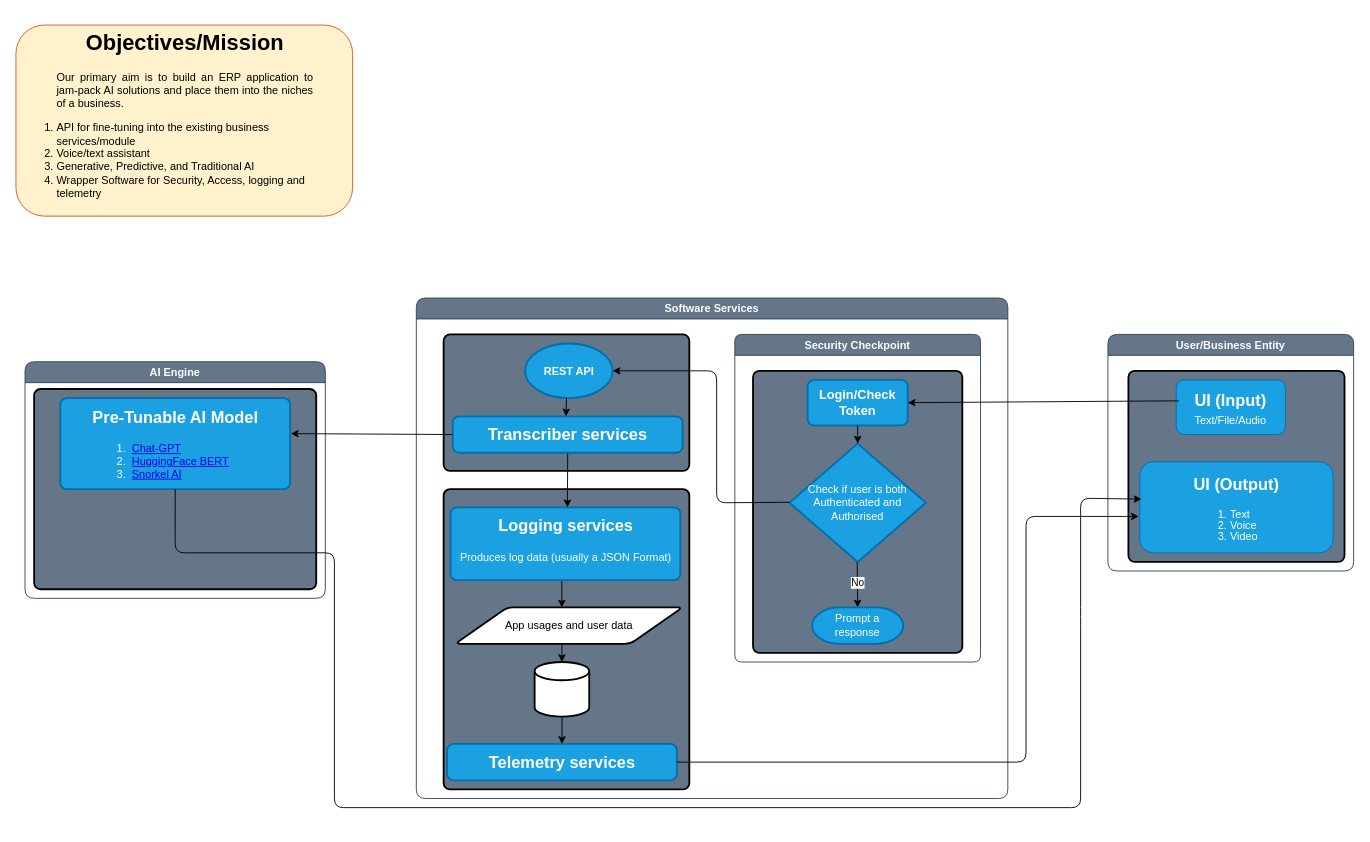
Earlier version of the draw.io diagram System-Design.drawio (Pramosh-Sursa/AI-POC). Source tidied: cells renumbered, new cells numbered last; positions are measured from the earlier drawing's top-left corner, leaving out a move shared by most shapes. Both pictures are drawn from the tidied source at 91%, with x=0, y=0 at pixel (15, 25).
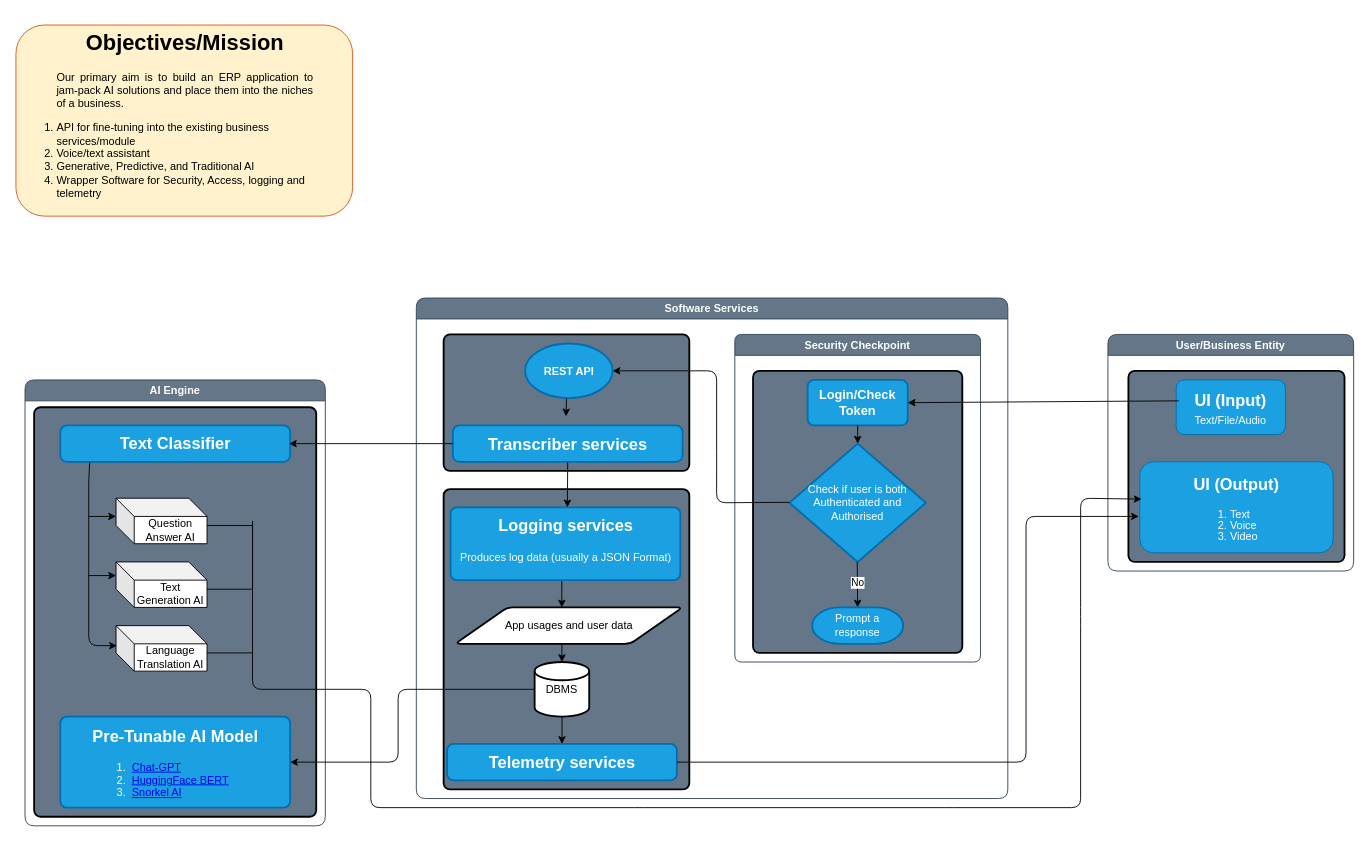
Above is the later version.

The change refers to these unchanged cells:
```xml
<mxCell id="9" value="&lt;p style=&quot;line-height: 120%;&quot;&gt;&lt;/p&gt;&lt;h2&gt;UI (Output)&lt;/h2&gt;&lt;div align=&quot;left&quot;&gt;&lt;ol style=&quot;line-height: 100%;&quot;&gt;&lt;li&gt;Text&lt;/li&gt;&lt;li&gt;Voice&lt;/li&gt;&lt;li&gt;Video&lt;/li&gt;&lt;/ol&gt;&lt;/div&gt;&lt;p&gt;&lt;/p&gt;" style="rounded=1;whiteSpace=wrap;html=1;fillColor=#1ba1e2;fontColor=#ffffff;strokeColor=#006EAF;" parent="6" vertex="1">
  <mxGeometry x="35" y="140" width="212.5" height="100" as="geometry" />
</mxCell>
<mxCell id="11" value="Software Services" style="swimlane;whiteSpace=wrap;html=1;rounded=1;fillColor=#647687;fontColor=#ffffff;strokeColor=#314354;glass=0;fillStyle=auto;gradientColor=none;" parent="1" vertex="1">
  <mxGeometry x="440" y="300" width="650" height="550" as="geometry" />
</mxCell>
```

What changed in the source:
```diff
@@
     <mxCell id="2" value="&lt;div&gt;AI Engine&lt;/div&gt;" style="swimlane;whiteSpace=wrap;html=1;rounded=1;fillColor=#647687;fontColor=#ffffff;strokeColor=#314354;glass=0;fillStyle=auto;gradientColor=none;" parent="1" vertex="1">
-      <mxGeometry x="10" y="370" width="330" height="260" as="geometry" />
+      <mxGeometry x="10" y="390" width="330" height="490" as="geometry" />
     </mxCell>
     <mxCell id="3" style="rounded=1;whiteSpace=wrap;html=1;absoluteArcSize=1;arcSize=14;strokeWidth=2;fillColor=#647687;" parent="2" vertex="1">
-      <mxGeometry x="10" y="30" width="310" height="220" as="geometry" />
+      <mxGeometry x="10" y="30" width="310" height="450" as="geometry" />
     </mxCell>
-    <mxCell id="4" value="&lt;h2&gt;Pre-Tunable AI Model&lt;/h2&gt;&lt;div align=&quot;left&quot;&gt;&lt;ol&gt;&lt;li&gt;&amp;nbsp;&lt;a href=&quot;https://platform.openai.com/docs/guides/fine-tuning&quot;&gt;Chat-GPT&lt;/a&gt;&lt;/li&gt;&lt;li&gt;&amp;nbsp;&lt;a href=&quot;https://huggingface.co/distilbert-base-uncased&quot;&gt;HuggingFace BERT&lt;/a&gt;&lt;/li&gt;&lt;li&gt;&amp;nbsp;&lt;a href=&quot;https://snorkel.ai/snorkel-flow/model-training/&quot;&gt;Snorkel AI&lt;/a&gt;&lt;br&gt;&lt;/li&gt;&lt;/ol&gt;&lt;/div&gt;" style="rounded=1;whiteSpace=wrap;html=1;absoluteArcSize=1;arcSize=14;strokeWidth=2;fillColor=#1ba1e2;fontColor=#ffffff;strokeColor=#006EAF;" parent="2" vertex="1">
-      <mxGeometry x="38.8" y="40" width="252.5" height="100" as="geometry" />
+    <mxCell id="4" value="&lt;p style=&quot;line-height: 120%;&quot;&gt;&lt;/p&gt;&lt;h2 style=&quot;line-height: 120%;&quot;&gt;Text Classifier&lt;br&gt;&lt;/h2&gt;&lt;p&gt;&lt;/p&gt;" style="rounded=1;whiteSpace=wrap;html=1;absoluteArcSize=1;arcSize=14;strokeWidth=2;fillColor=#1ba1e2;fontColor=#ffffff;strokeColor=#006EAF;" parent="2" vertex="1">
+      <mxGeometry x="38.8" y="50" width="252.5" height="40" as="geometry" />
     </mxCell>
+    <mxCell id="38" value="&lt;h2&gt;Pre-Tunable AI Model&lt;/h2&gt;&lt;div align=&quot;left&quot;&gt;&lt;ol&gt;&lt;li&gt;&amp;nbsp;&lt;a href=&quot;https://platform.openai.com/docs/guides/fine-tuning&quot;&gt;Chat-GPT&lt;/a&gt;&lt;/li&gt;&lt;li&gt;&amp;nbsp;&lt;a href=&quot;https://huggingface.co/distilbert-base-uncased&quot;&gt;HuggingFace BERT&lt;/a&gt;&lt;/li&gt;&lt;li&gt;&amp;nbsp;&lt;a href=&quot;https://snorkel.ai/snorkel-flow/model-training/&quot;&gt;Snorkel AI&lt;/a&gt;&lt;br&gt;&lt;/li&gt;&lt;/ol&gt;&lt;/div&gt;" style="rounded=1;whiteSpace=wrap;html=1;absoluteArcSize=1;arcSize=14;strokeWidth=2;fillColor=#1ba1e2;fontColor=#ffffff;strokeColor=#006EAF;" parent="2" vertex="1">
+      <mxGeometry x="38.8" y="370" width="252.5" height="100" as="geometry" />
+    </mxCell>
+    <mxCell id="39" value="Question Answer AI" style="shape=cube;whiteSpace=wrap;html=1;boundedLbl=1;backgroundOutline=1;darkOpacity=0.05;darkOpacity2=0.1;" parent="2" vertex="1">
+      <mxGeometry x="100" y="130" width="100" height="50" as="geometry" />
+    </mxCell>
+    <mxCell id="40" value="Text Generation AI" style="shape=cube;whiteSpace=wrap;html=1;boundedLbl=1;backgroundOutline=1;darkOpacity=0.05;darkOpacity2=0.1;" parent="2" vertex="1">
+      <mxGeometry x="100" y="200" width="100" height="50" as="geometry" />
+    </mxCell>
+    <mxCell id="41" style="endArrow=classic;html=1;rounded=1;exitX=0.128;exitY=1;exitDx=0;exitDy=0;exitPerimeter=0;entryX=0.01;entryY=0.44;entryDx=0;entryDy=0;entryPerimeter=0;" parent="2" edge="1" source="4" target="45">
+      <mxGeometry relative="1" as="geometry">
+        <Array as="points">
+          <mxPoint x="70" y="110" />
+          <mxPoint x="70" y="170" />
+          <mxPoint x="70" y="292" />
+        </Array>
+      </mxGeometry>
+    </mxCell>
+    <mxCell id="42" style="endArrow=classic;html=1;rounded=0;" parent="2" edge="1">
+      <mxGeometry relative="1" as="geometry">
+        <mxPoint x="70" y="150" as="sourcePoint" />
+        <mxPoint x="100" y="150" as="targetPoint" />
+      </mxGeometry>
+    </mxCell>
+    <mxCell id="43" style="endArrow=none;html=1;rounded=0;" parent="2" edge="1">
+      <mxGeometry relative="1" as="geometry">
+        <mxPoint x="200" y="160" as="sourcePoint" />
+        <mxPoint x="250" y="160" as="targetPoint" />
+      </mxGeometry>
+    </mxCell>
+    <mxCell id="44" style="endArrow=none;html=1;rounded=0;" parent="2" edge="1">
+      <mxGeometry relative="1" as="geometry">
+        <mxPoint x="200" y="230" as="sourcePoint" />
+        <mxPoint x="250" y="230" as="targetPoint" />
+      </mxGeometry>
+    </mxCell>
+    <mxCell id="45" value="Language Translation AI" style="shape=cube;whiteSpace=wrap;html=1;boundedLbl=1;backgroundOutline=1;darkOpacity=0.05;darkOpacity2=0.1;" parent="2" vertex="1">
+      <mxGeometry x="100" y="270" width="100" height="50" as="geometry" />
+    </mxCell>
+    <mxCell id="46" style="endArrow=classic;html=1;rounded=0;entryX=0;entryY=0;entryDx=0;entryDy=15;entryPerimeter=0;" parent="2" edge="1" target="40">
+      <mxGeometry relative="1" as="geometry">
+        <mxPoint x="70" y="215" as="sourcePoint" />
+      </mxGeometry>
+    </mxCell>
+    <mxCell id="47" style="endArrow=none;html=1;rounded=0;" parent="2" edge="1">
+      <mxGeometry relative="1" as="geometry">
+        <mxPoint x="200" y="300" as="sourcePoint" />
+        <mxPoint x="250" y="300" as="targetPoint" />
+      </mxGeometry>
+    </mxCell>
@@
-    <mxCell id="10" style="endArrow=classic;html=1;rounded=1;entryX=0.009;entryY=0.41;entryDx=0;entryDy=0;entryPerimeter=0;exitX=0.5;exitY=1;exitDx=0;exitDy=0;" parent="1" edge="1" source="4" target="9">
+    <mxCell id="10" style="endArrow=classic;html=1;rounded=1;entryX=0.009;entryY=0.41;entryDx=0;entryDy=0;entryPerimeter=0;" parent="1" edge="1" target="9">
       <mxGeometry relative="1" as="geometry">
+        <mxPoint x="260" y="620" as="sourcePoint" />
         <Array as="points">
-          <mxPoint x="175" y="580" />
-          <mxPoint x="350" y="580" />
-          <mxPoint x="350" y="860" />
+          <mxPoint x="260" y="540" />
+          <mxPoint x="260" y="620" />
+          <mxPoint x="260" y="730" />
+          <mxPoint x="390" y="730" />
+          <mxPoint x="390" y="860" />
           <mxPoint x="690" y="860" />
           <mxPoint x="1020" y="860" />
           <mxPoint x="1170" y="860" />
           <mxPoint x="1170" y="650" />
           <mxPoint x="1170" y="520" />
         </Array>
       </mxGeometry>
     </mxCell>
@@
-    <mxCell id="26" style="strokeWidth=2;html=1;shape=mxgraph.flowchart.database;whiteSpace=wrap;" parent="11" vertex="1">
+    <mxCell id="26" value="DBMS" style="strokeWidth=2;html=1;shape=mxgraph.flowchart.database;whiteSpace=wrap;" parent="11" vertex="1">
       <mxGeometry x="130" y="400" width="60" height="60" as="geometry" />
     </mxCell>
@@
     <mxCell id="32" value="&lt;p style=&quot;line-height: 120%;&quot;&gt;&lt;/p&gt;&lt;h2 style=&quot;line-height: 0%;&quot;&gt;Transcriber services&lt;br&gt;&lt;/h2&gt;&lt;p&gt;&lt;/p&gt;" style="rounded=1;whiteSpace=wrap;html=1;absoluteArcSize=1;arcSize=14;strokeWidth=2;fillColor=#1ba1e2;fontColor=#ffffff;strokeColor=#006EAF;" parent="11" vertex="1">
-      <mxGeometry x="40.1" y="130" width="252.5" height="40" as="geometry" />
+      <mxGeometry x="40.1" y="140" width="252.5" height="40" as="geometry" />
     </mxCell>
@@
-    <mxCell id="35" style="endArrow=classic;html=1;rounded=0;entryX=1.003;entryY=0.39;entryDx=0;entryDy=0;exitX=0;exitY=0.5;exitDx=0;exitDy=0;entryPerimeter=0;" parent="1" edge="1" source="32" target="4">
+    <mxCell id="35" style="endArrow=classic;html=1;rounded=0;entryX=0.995;entryY=0.5;entryDx=0;entryDy=0;exitX=0;exitY=0.5;exitDx=0;exitDy=0;entryPerimeter=0;" parent="1" edge="1" source="32" target="4">
       <mxGeometry relative="1" as="geometry" />
     </mxCell>
@@
+    <mxCell id="48" style="endArrow=classic;html=1;rounded=1;entryX=1;entryY=0.5;entryDx=0;entryDy=0;exitX=0;exitY=0.5;exitDx=0;exitDy=0;exitPerimeter=0;" parent="1" edge="1" source="26" target="38">
+      <mxGeometry relative="1" as="geometry">
+        <Array as="points">
+          <mxPoint x="420" y="730" />
+          <mxPoint x="420" y="810" />
+        </Array>
+      </mxGeometry>
+    </mxCell>
```
